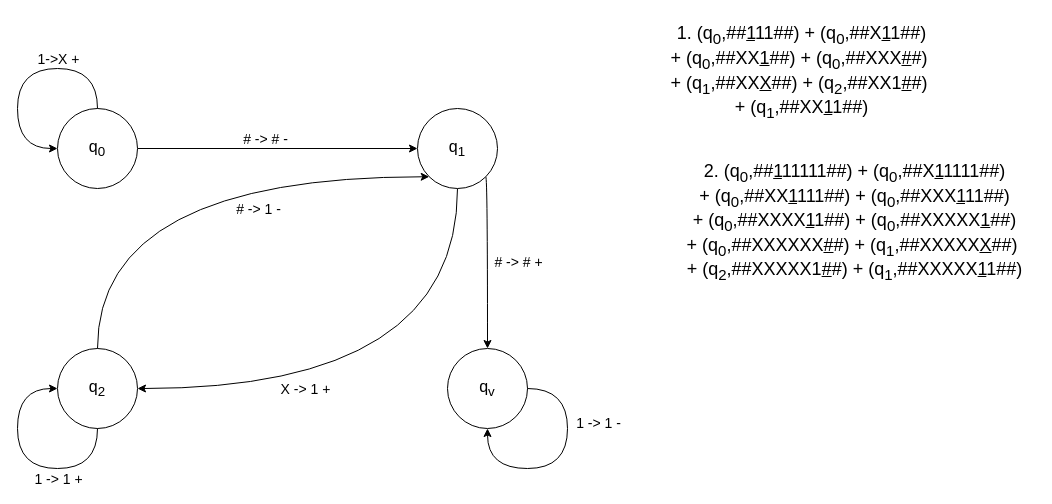
Above: elminf.drawio in X-Marosi/SWI_1 (draw.io), before the change. Source tidied: cells renumbered, new cells numbered last; positions are measured from the earlier drawing's top-left corner, leaving out a move shared by most shapes. Both pictures are drawn from the tidied source at 100%, with x=0, y=0 at pixel (17, 17).
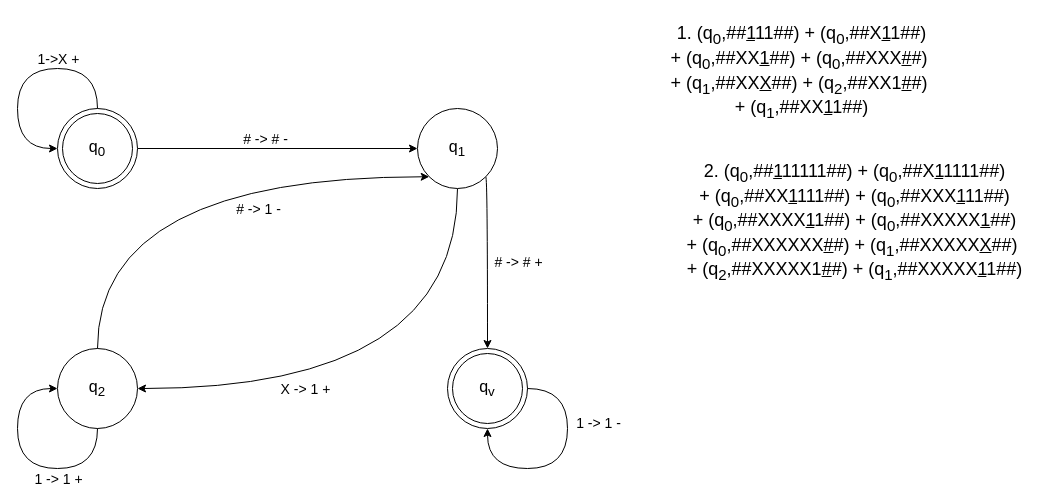
The same diagram, later.

Diff of the diagram source:
```diff
@@
-    <mxCell id="4" value="&lt;font style=&quot;font-size: 16px;&quot;&gt;q&lt;sub&gt;0&lt;/sub&gt;&lt;/font&gt;" style="ellipse;whiteSpace=wrap;html=1;" parent="1" vertex="1">
+    <mxCell id="4" value="&lt;font style=&quot;font-size: 16px;&quot;&gt;q&lt;sub&gt;0&lt;/sub&gt;&lt;/font&gt;" style="ellipse;whiteSpace=wrap;html=1;strokeWidth=1;" parent="1" vertex="1">
       <mxGeometry x="40" y="91" width="80" height="80" as="geometry" />
     </mxCell>
@@
+    <mxCell id="22" style="ellipse;whiteSpace=wrap;html=1;fillColor=none;" parent="1" vertex="1">
+      <mxGeometry x="435" y="336" width="70" height="70" as="geometry" />
+    </mxCell>
+    <mxCell id="23" style="ellipse;whiteSpace=wrap;html=1;fillColor=none;" parent="1" vertex="1">
+      <mxGeometry x="45" y="96" width="70" height="70" as="geometry" />
+    </mxCell>
```
